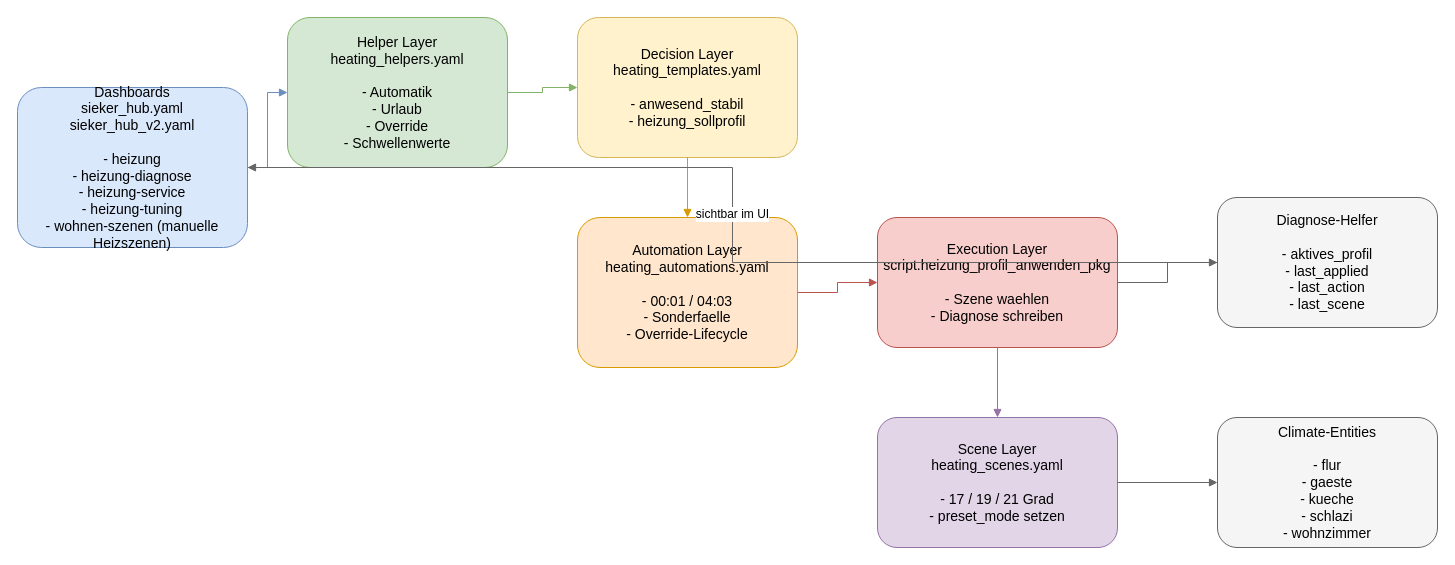
The draw.io diagram page "Gesamtuebersicht" (1 of 3) of _ha_dokumentation/heating/heating_app_flows.drawio in treviris53/Codex, before the edit. Source tidied: cells renumbered, new cells numbered last; positions are measured from the earlier drawing's top-left corner, leaving out a move shared by most shapes. Both pictures are drawn from the tidied source at 100%, with x=0, y=0 at pixel (17, 17).
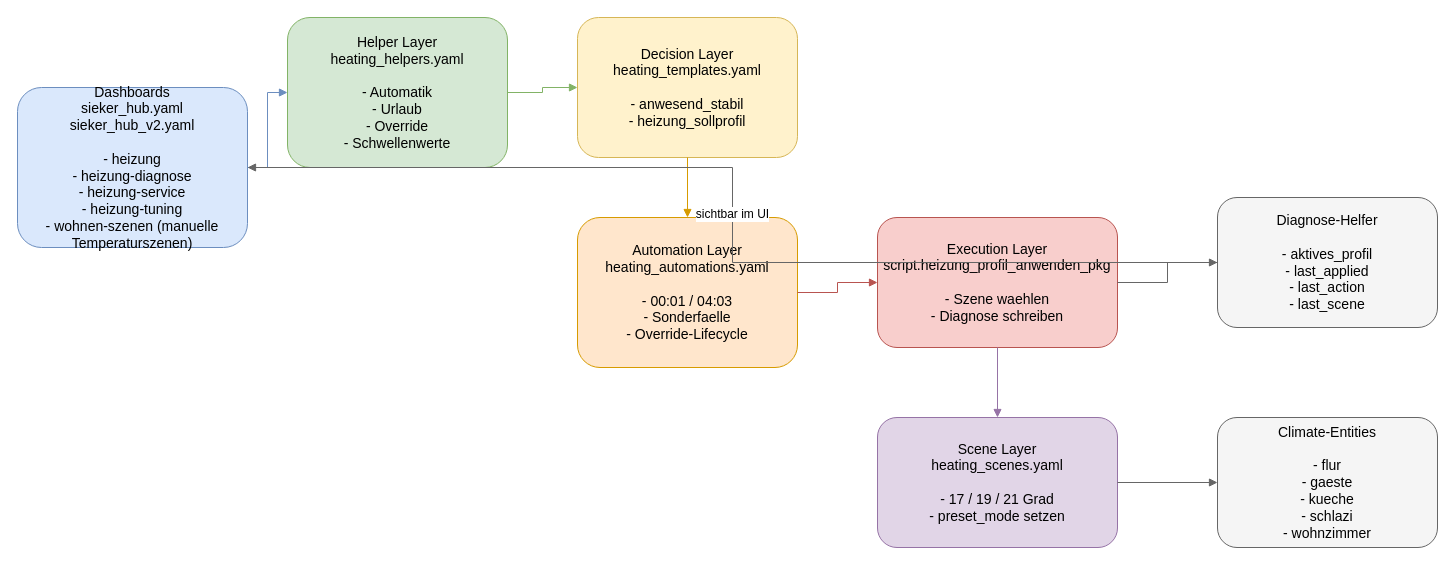
Above is the later version.

Commit message (it also covers changes not shown here):
Heating: Manual scenes added to dashboards.

Change to the diagram source:
```diff
@@
 <mxGraphModel>
   <root>
     <mxCell id="0" />
     <mxCell id="1" parent="0" />
-    <mxCell id="2" value="Dashboards&#10;sieker_hub.yaml&#10;sieker_hub_v2.yaml&#10;&#10;- heizung&#10;- heizung-diagnose&#10;- heizung-service&#10;- heizung-tuning&#10;- wohnen-szenen (manuelle Heizszenen)" style="rounded=1;whiteSpace=wrap;html=1;fillColor=#dae8fc;strokeColor=#6c8ebf;fontSize=14;" parent="1" vertex="1">
+    <mxCell id="2" value="Dashboards&#10;sieker_hub.yaml&#10;sieker_hub_v2.yaml&#10;&#10;- heizung&#10;- heizung-diagnose&#10;- heizung-service&#10;- heizung-tuning&#10;- wohnen-szenen (manuelle Temperaturszenen)" style="rounded=1;whiteSpace=wrap;html=1;fillColor=#dae8fc;strokeColor=#6c8ebf;fontSize=14;" parent="1" vertex="1">
       <mxGeometry y="70" width="230" height="160" as="geometry" />
     </mxCell>
     <mxCell id="3" value="Helper Layer&#10;heating_helpers.yaml&#10;&#10;- Automatik&#10;- Urlaub&#10;- Override&#10;- Schwellenwerte" style="rounded=1;whiteSpace=wrap;html=1;fillColor=#d5e8d4;strokeColor=#82b366;fontSize=14;" parent="1" vertex="1">
       <mxGeometry x="270" width="220" height="150" as="geometry" />
     </mxCell>
     <mxCell id="4" value="Decision Layer&#10;heating_templates.yaml&#10;&#10;- anwesend_stabil&#10;- heizung_sollprofil" style="rounded=1;whiteSpace=wrap;html=1;fillColor=#fff2cc;strokeColor=#d6b656;fontSize=14;" parent="1" vertex="1">
       <mxGeometry x="560" width="220" height="140" as="geometry" />
     </mxCell>
     <mxCell id="5" value="Automation Layer&#10;heating_automations.yaml&#10;&#10;- 00:01 / 04:03&#10;- Sonderfaelle&#10;- Override-Lifecycle" style="rounded=1;whiteSpace=wrap;html=1;fillColor=#ffe6cc;strokeColor=#d79b00;fontSize=14;" parent="1" vertex="1">
       <mxGeometry x="560" y="200" width="220" height="150" as="geometry" />
     </mxCell>
     <mxCell id="6" value="Execution Layer&#10;script.heizung_profil_anwenden_pkg&#10;&#10;- Szene waehlen&#10;- Diagnose schreiben" style="rounded=1;whiteSpace=wrap;html=1;fillColor=#f8cecc;strokeColor=#b85450;fontSize=14;" parent="1" vertex="1">
       <mxGeometry x="860" y="200" width="240" height="130" as="geometry" />
     </mxCell>
     <mxCell id="7" value="Scene Layer&#10;heating_scenes.yaml&#10;&#10;- 17 / 19 / 21 Grad&#10;- preset_mode setzen" style="rounded=1;whiteSpace=wrap;html=1;fillColor=#e1d5e7;strokeColor=#9673a6;fontSize=14;" parent="1" vertex="1">
       <mxGeometry x="860" y="400" width="240" height="130" as="geometry" />
     </mxCell>
     <mxCell id="8" value="Climate-Entities&#10;&#10;- flur&#10;- gaeste&#10;- kueche&#10;- schlazi&#10;- wohnzimmer" style="rounded=1;whiteSpace=wrap;html=1;fillColor=#f5f5f5;strokeColor=#666666;fontSize=14;" parent="1" vertex="1">
       <mxGeometry x="1200" y="400" width="220" height="130" as="geometry" />
     </mxCell>
     <mxCell id="9" value="Diagnose-Helfer&#10;&#10;- aktives_profil&#10;- last_applied&#10;- last_action&#10;- last_scene" style="rounded=1;whiteSpace=wrap;html=1;fillColor=#f5f5f5;strokeColor=#666666;fontSize=14;" parent="1" vertex="1">
       <mxGeometry x="1200" y="180" width="220" height="130" as="geometry" />
     </mxCell>
     <mxCell id="10" style="edgeStyle=orthogonalEdgeStyle;rounded=0;html=1;endArrow=block;strokeColor=#6c8ebf;" parent="1" edge="1" source="2" target="3">
       <mxGeometry relative="1" as="geometry" />
     </mxCell>
     <mxCell id="11" style="edgeStyle=orthogonalEdgeStyle;rounded=0;html=1;endArrow=block;strokeColor=#82b366;" parent="1" edge="1" source="3" target="4">
       <mxGeometry relative="1" as="geometry" />
     </mxCell>
     <mxCell id="12" style="edgeStyle=orthogonalEdgeStyle;rounded=0;html=1;endArrow=block;strokeColor=#d79b00;" parent="1" edge="1" source="4" target="5">
       <mxGeometry relative="1" as="geometry" />
     </mxCell>
     <mxCell id="13" style="edgeStyle=orthogonalEdgeStyle;rounded=0;html=1;endArrow=block;strokeColor=#b85450;" parent="1" edge="1" source="5" target="6">
       <mxGeometry relative="1" as="geometry" />
     </mxCell>
     <mxCell id="14" style="edgeStyle=orthogonalEdgeStyle;rounded=0;html=1;endArrow=block;strokeColor=#9673a6;" parent="1" edge="1" source="6" target="7">
       <mxGeometry relative="1" as="geometry" />
     </mxCell>
     <mxCell id="15" style="edgeStyle=orthogonalEdgeStyle;rounded=0;html=1;endArrow=block;strokeColor=#666666;" parent="1" edge="1" source="7" target="8">
       <mxGeometry relative="1" as="geometry" />
     </mxCell>
     <mxCell id="16" style="edgeStyle=orthogonalEdgeStyle;rounded=0;html=1;endArrow=block;strokeColor=#666666;" parent="1" edge="1" source="6" target="9">
       <mxGeometry relative="1" as="geometry" />
     </mxCell>
     <mxCell id="17" value="sichtbar im UI" style="edgeStyle=orthogonalEdgeStyle;rounded=0;html=1;endArrow=block;strokeColor=#666666;fontSize=12;" parent="1" edge="1" source="9" target="2">
       <mxGeometry relative="1" as="geometry" />
     </mxCell>
   </root>
 </mxGraphModel>
```
